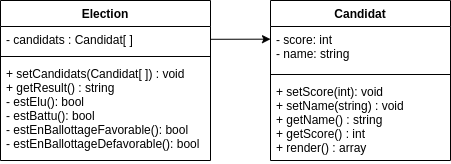
This is app/lib/uml.drawio.png from Mampionona33/election, a draw.io export, as it was before one commit. Source tidied: cells renumbered, new cells last; positions are measured from the earlier drawing's top-left corner, leaving out a move shared by most shapes. Source of this version:
```xml
<mxGraphModel>
  <root>
    <mxCell id="0" />
    <mxCell id="1" parent="0" />
    <mxCell id="2" value="Candidat" style="swimlane;fontStyle=1;align=center;verticalAlign=top;horizontal=1;startSize=26;" parent="1" vertex="1">
      <mxGeometry x="270" width="180" height="160" as="geometry" />
    </mxCell>
    <mxCell id="3" value="- score: int&#10;- name: string" style="text;strokeColor=none;fillColor=none;align=left;verticalAlign=top;spacingLeft=4;spacingRight=4;overflow=hidden;points=[[0,0.5],[1,0.5]];portConstraint=eastwest;" parent="2" vertex="1">
      <mxGeometry y="26" width="180" height="44" as="geometry" />
    </mxCell>
    <mxCell id="4" style="line;strokeWidth=1;fillColor=none;align=left;verticalAlign=middle;spacingTop=-1;spacingLeft=3;spacingRight=3;labelPosition=right;strokeColor=inherit;" parent="2" vertex="1">
      <mxGeometry y="70" width="180" height="8" as="geometry" />
    </mxCell>
    <mxCell id="5" value="+ setScore(int): void&#10;+ setName(string) : void&#10;+ getName() : string&#10;+ getScore() : int&#10;+ render() : array" style="text;strokeColor=none;fillColor=none;align=left;verticalAlign=top;spacingLeft=4;spacingRight=4;overflow=hidden;" parent="2" vertex="1">
      <mxGeometry y="78" width="180" height="82" as="geometry" />
    </mxCell>
    <mxCell id="6" value="Election" style="swimlane;fontStyle=1;align=center;verticalAlign=top;horizontal=1;startSize=26;" parent="1" vertex="1">
      <mxGeometry width="210" height="160" as="geometry" />
    </mxCell>
    <mxCell id="7" value="- candidats : Candidat[ ]" style="text;strokeColor=none;fillColor=none;align=left;verticalAlign=top;spacingLeft=4;spacingRight=4;overflow=hidden;points=[[0,0.5],[1,0.5]];portConstraint=eastwest;" parent="6" vertex="1">
      <mxGeometry y="26" width="210" height="26" as="geometry" />
    </mxCell>
    <mxCell id="8" style="line;strokeWidth=1;fillColor=none;align=left;verticalAlign=middle;spacingTop=-1;spacingLeft=3;spacingRight=3;labelPosition=right;strokeColor=inherit;" parent="6" vertex="1">
      <mxGeometry y="52" width="210" height="8" as="geometry" />
    </mxCell>
    <mxCell id="9" value="+ setCandidats(Candidat[ ]) : void&#10;+ getResult() : string&#10;- estElu(): bool&#10;- estBattu(): bool&#10;- estEnBallottageFavorable(): bool&#10;- estEnBallottageDefavorable(): bool " style="text;strokeColor=none;fillColor=none;align=left;verticalAlign=top;spacingLeft=4;spacingRight=4;overflow=hidden;" parent="6" vertex="1">
      <mxGeometry y="60" width="210" height="100" as="geometry" />
    </mxCell>
    <mxCell id="10" style="edgeStyle=none;html=1;entryX=0;entryY=0.288;entryDx=0;entryDy=0;entryPerimeter=0;" parent="1" edge="1" source="7" target="3">
      <mxGeometry relative="1" as="geometry" />
    </mxCell>
  </root>
</mxGraphModel>
```
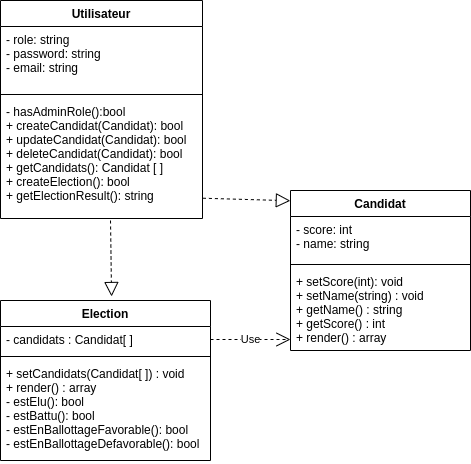
The same file after the commit.

Commit message:
update diagramme uml

The edit, as a diff of the source:
```diff
@@ -3,7 +3,7 @@
     <mxCell id="0" />
     <mxCell id="1" parent="0" />
     <mxCell id="2" value="Candidat" style="swimlane;fontStyle=1;align=center;verticalAlign=top;horizontal=1;startSize=26;" parent="1" vertex="1">
-      <mxGeometry x="270" width="180" height="160" as="geometry" />
+      <mxGeometry x="180" y="276" width="180" height="160" as="geometry" />
     </mxCell>
     <mxCell id="3" value="- score: int&#10;- name: string" style="text;strokeColor=none;fillColor=none;align=left;verticalAlign=top;spacingLeft=4;spacingRight=4;overflow=hidden;points=[[0,0.5],[1,0.5]];portConstraint=eastwest;" parent="2" vertex="1">
       <mxGeometry y="26" width="180" height="44" as="geometry" />
@@ -15,7 +15,7 @@
       <mxGeometry y="78" width="180" height="82" as="geometry" />
     </mxCell>
     <mxCell id="6" value="Election" style="swimlane;fontStyle=1;align=center;verticalAlign=top;horizontal=1;startSize=26;" parent="1" vertex="1">
-      <mxGeometry width="210" height="160" as="geometry" />
+      <mxGeometry x="-110" y="386" width="210" height="160" as="geometry" />
     </mxCell>
     <mxCell id="7" value="- candidats : Candidat[ ]" style="text;strokeColor=none;fillColor=none;align=left;verticalAlign=top;spacingLeft=4;spacingRight=4;overflow=hidden;points=[[0,0.5],[1,0.5]];portConstraint=eastwest;" parent="6" vertex="1">
       <mxGeometry y="26" width="210" height="26" as="geometry" />
@@ -23,11 +23,33 @@
     <mxCell id="8" style="line;strokeWidth=1;fillColor=none;align=left;verticalAlign=middle;spacingTop=-1;spacingLeft=3;spacingRight=3;labelPosition=right;strokeColor=inherit;" parent="6" vertex="1">
       <mxGeometry y="52" width="210" height="8" as="geometry" />
     </mxCell>
-    <mxCell id="9" value="+ setCandidats(Candidat[ ]) : void&#10;+ getResult() : string&#10;- estElu(): bool&#10;- estBattu(): bool&#10;- estEnBallottageFavorable(): bool&#10;- estEnBallottageDefavorable(): bool " style="text;strokeColor=none;fillColor=none;align=left;verticalAlign=top;spacingLeft=4;spacingRight=4;overflow=hidden;" parent="6" vertex="1">
+    <mxCell id="9" value="+ setCandidats(Candidat[ ]) : void&#10;+ render() : array&#10;- estElu(): bool&#10;- estBattu(): bool&#10;- estEnBallottageFavorable(): bool&#10;- estEnBallottageDefavorable(): bool " style="text;strokeColor=none;fillColor=none;align=left;verticalAlign=top;spacingLeft=4;spacingRight=4;overflow=hidden;" parent="6" vertex="1">
       <mxGeometry y="60" width="210" height="100" as="geometry" />
     </mxCell>
-    <mxCell id="10" style="edgeStyle=none;html=1;entryX=0;entryY=0.288;entryDx=0;entryDy=0;entryPerimeter=0;" parent="1" edge="1" source="7" target="3">
-      <mxGeometry relative="1" as="geometry" />
-    </mxCell>
+    <mxCell id="11" value="Utilisateur" style="swimlane;fontStyle=1;align=center;verticalAlign=top;horizontal=1;startSize=26;" parent="1" vertex="1">
+      <mxGeometry x="-110" y="86" width="202" height="218" as="geometry" />
+    </mxCell>
+    <mxCell id="12" value="- role: string&#10;- password: string&#10;- email: string" style="text;strokeColor=none;fillColor=none;align=left;verticalAlign=top;spacingLeft=4;spacingRight=4;overflow=hidden;" parent="11" vertex="1">
+      <mxGeometry y="26" width="202" height="64" as="geometry" />
+    </mxCell>
+    <mxCell id="13" style="line;strokeWidth=1;fillColor=none;align=left;verticalAlign=middle;spacingTop=-1;spacingLeft=3;spacingRight=3;labelPosition=right;strokeColor=inherit;" parent="11" vertex="1">
+      <mxGeometry y="90" width="202" height="8" as="geometry" />
+    </mxCell>
+    <mxCell id="14" value="- hasAdminRole():bool&#10;+ createCandidat(Candidat): bool&#10;+ updateCandidat(Candidat): bool&#10;+ deleteCandidat(Candidat): bool&#10;+ getCandidats(): Candidat [ ]&#10;+ createElection(): bool&#10;+ getElectionResult(): string" style="text;strokeColor=none;fillColor=none;align=left;verticalAlign=top;spacingLeft=4;spacingRight=4;overflow=hidden;points=[[0,0.5],[1,0.5]];portConstraint=eastwest;" parent="11" vertex="1">
+      <mxGeometry y="98" width="202" height="120" as="geometry" />
+    </mxCell>
+    <mxCell id="15" value="Use" style="endArrow=open;endSize=12;dashed=1;html=1;exitX=1;exitY=0.5;exitDx=0;exitDy=0;" parent="1" edge="1" source="7">
+      <mxGeometry relative="1" as="geometry">
+        <mxPoint x="180" y="425" as="targetPoint" />
+      </mxGeometry>
+    </mxCell>
+    <mxCell id="16" style="endArrow=block;dashed=1;endFill=0;endSize=12;html=1;exitX=1.002;exitY=0.831;exitDx=0;exitDy=0;exitPerimeter=0;entryX=-0.001;entryY=0.064;entryDx=0;entryDy=0;entryPerimeter=0;" parent="1" edge="1" source="14" target="2">
+      <mxGeometry relative="1" as="geometry" />
+    </mxCell>
+    <mxCell id="17" style="endArrow=block;dashed=1;endFill=0;endSize=12;html=1;entryX=0.529;entryY=-0.025;entryDx=0;entryDy=0;entryPerimeter=0;" parent="1" edge="1" target="6">
+      <mxGeometry relative="1" as="geometry">
+        <mxPoint y="306" as="sourcePoint" />
+      </mxGeometry>
+    </mxCell>
   </root>
 </mxGraphModel>
```
